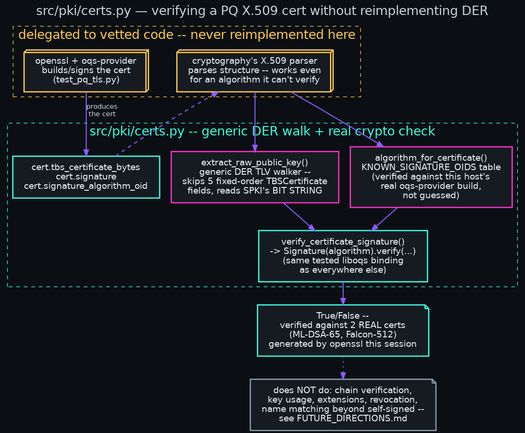
This is diagrams/12-pki-cert-verify.png from danindiana/quantum-shield, a Graphviz export, as it was before one commit. Its source is kept beside it as diagrams/12-pki-cert-verify.dot. The source it was exported from:
```dot
digraph pki {
  bgcolor="#0b0f14";
  rankdir=TB;
  fontname="Helvetica";
  fontcolor="#c9d1d9";
  labelloc="t";
  label="src/pki/certs.py — verifying a PQ X.509 cert without reimplementing DER";
  fontsize=20;
  node [style=filled, fillcolor="#161b22", color="#39ffe0", fontcolor="#e6edf3", fontname="Helvetica", penwidth=2, shape=box, margin="0.25,0.15"];
  edge [color="#8f5cff", fontcolor="#c9d1d9", fontname="Helvetica", penwidth=1.6, fontsize=11];

  subgraph cluster_delegated {
    label="delegated to vetted code -- never reimplemented here";
    fontcolor="#ffcb47";
    color="#ffcb47";
    style=dashed;
    openssl [label="openssl + oqs-provider\nbuilds/signs the cert\n(test_pq_tls.py)", color="#ffcb47", shape=box3d];
    cryptoparse [label="cryptography's X.509 parser\nparses structure -- works even\nfor an algorithm it can't verify", color="#ffcb47", shape=box3d];
  }

  subgraph cluster_thismodule {
    label="src/pki/certs.py -- generic DER walk + real crypto check";
    fontcolor="#39ffe0";
    color="#39ffe0";
    style=dashed;
    tbs [label="cert.tbs_certificate_bytes\ncert.signature\ncert.signature_algorithm_oid"];
    oidmap [label="algorithm_for_certificate()\nKNOWN_SIGNATURE_OIDS table\n(verified against this host's\nreal oqs-provider build,\nnot guessed)", color="#ff2ec4"];
    dertlv [label="extract_raw_public_key()\ngeneric DER TLV walker --\nskips 5 fixed-order TBSCertificate\nfields, reads SPKI's BIT STRING", color="#ff2ec4"];
    verify [label="verify_certificate_signature()\n-> Signature(algorithm).verify(...)\n(same tested liboqs binding\nas everywhere else)", color="#39ffe0"];
  }

  result [label="True/False --\nverified against 2 REAL certs\n(ML-DSA-65, Falcon-512)\ngenerated by openssl this session", shape=note, color="#39ffe0"];

  scope [label="does NOT do: chain verification,\nkey usage, extensions, revocation,\nname matching beyond self-signed --\nsee FUTURE_DIRECTIONS.md", shape=note, color="#8a99a8"];

  openssl -> tbs [label="produces\nthe cert"];
  tbs -> cryptoparse [style=dashed];
  cryptoparse -> oidmap;
  cryptoparse -> dertlv;
  oidmap -> verify;
  dertlv -> verify;
  verify -> result;
  result -> scope [style=dotted];
}
```
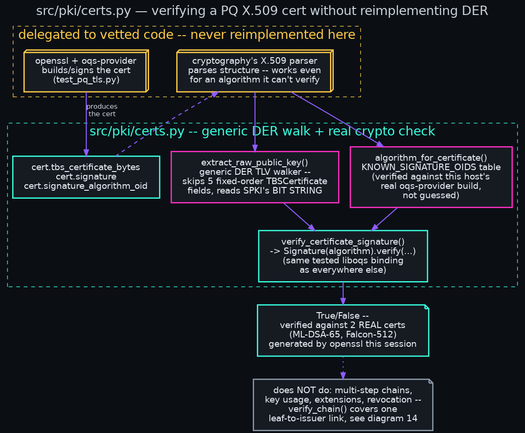
The same file after the commit.

Diff of the diagram source:
```diff
@@ -31,7 +31,7 @@
 
   result [label="True/False --\nverified against 2 REAL certs\n(ML-DSA-65, Falcon-512)\ngenerated by openssl this session", shape=note, color="#39ffe0"];
 
-  scope [label="does NOT do: chain verification,\nkey usage, extensions, revocation,\nname matching beyond self-signed --\nsee FUTURE_DIRECTIONS.md", shape=note, color="#8a99a8"];
+  scope [label="does NOT do: multi-step chains,\nkey usage, extensions, revocation --\nverify_chain() covers one\nleaf-to-issuer link, see diagram 14", shape=note, color="#8a99a8"];
 
   openssl -> tbs [label="produces\nthe cert"];
   tbs -> cryptoparse [style=dashed];
```
